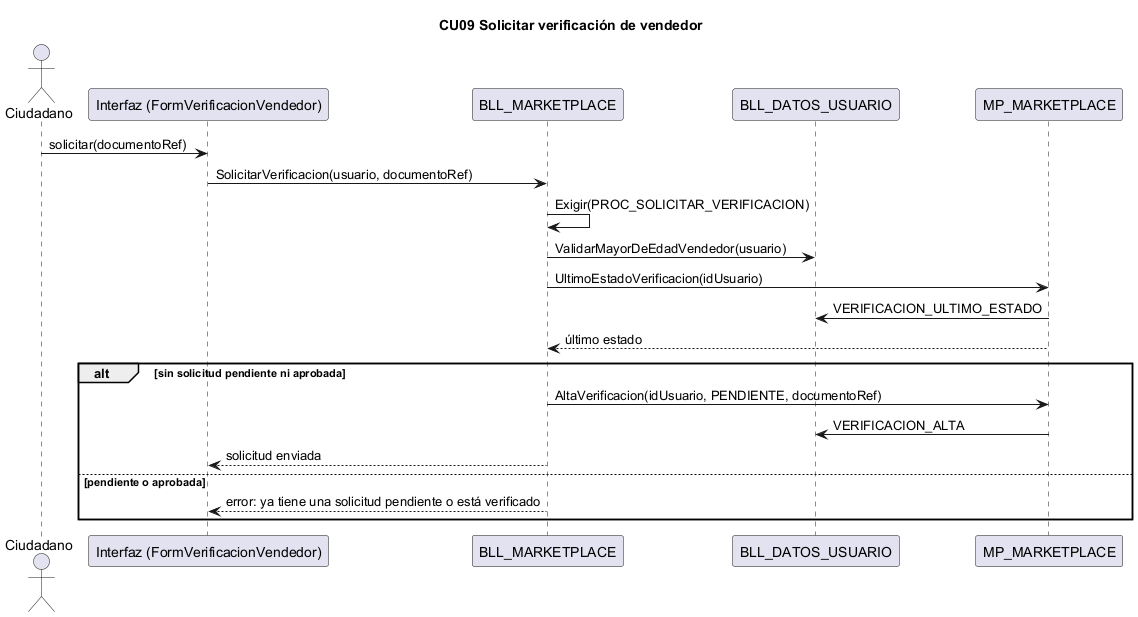
L-Muniz/uai-diploma_2026 keeps this PlantUML diagram as docs/diagramas/secuencias_png/CU09.png. Above is the earlier version.
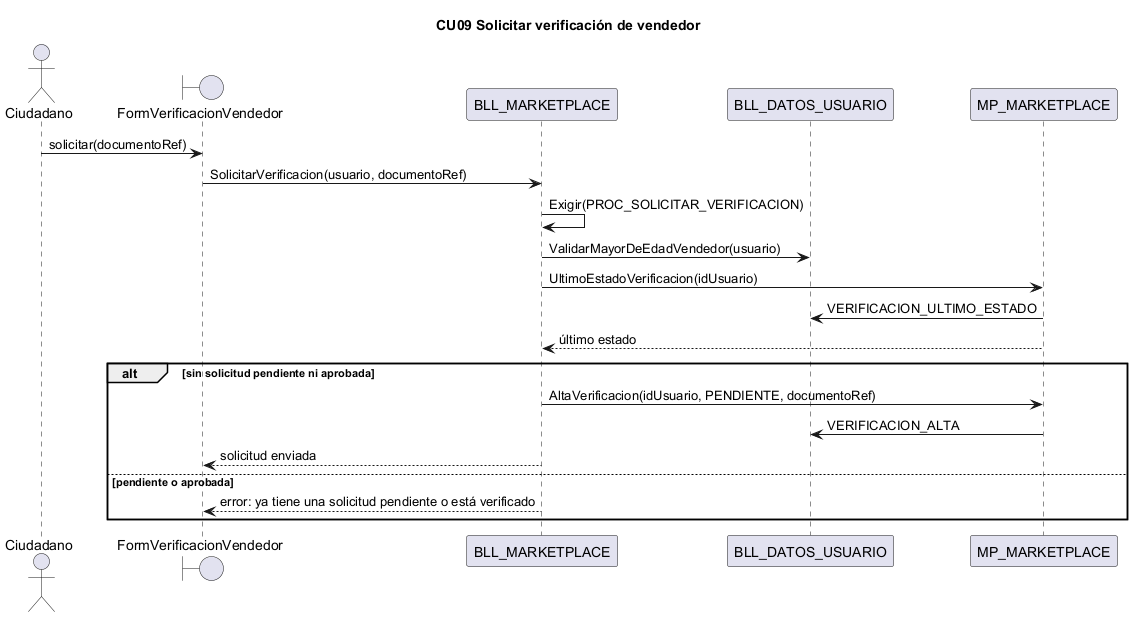
Later version of the same file.

What changed in the source:
```diff
@@ -1,7 +1,7 @@
 @startuml CU09
 title CU09 Solicitar verificación de vendedor
 actor Ciudadano
-participant "Interfaz (FormVerificacionVendedor)" as IU
+boundary "FormVerificacionVendedor" as IU
 participant "BLL_MARKETPLACE" as BLL
 participant "BLL_DATOS_USUARIO" as BD
 participant "MP_MARKETPLACE" as DAL
```
